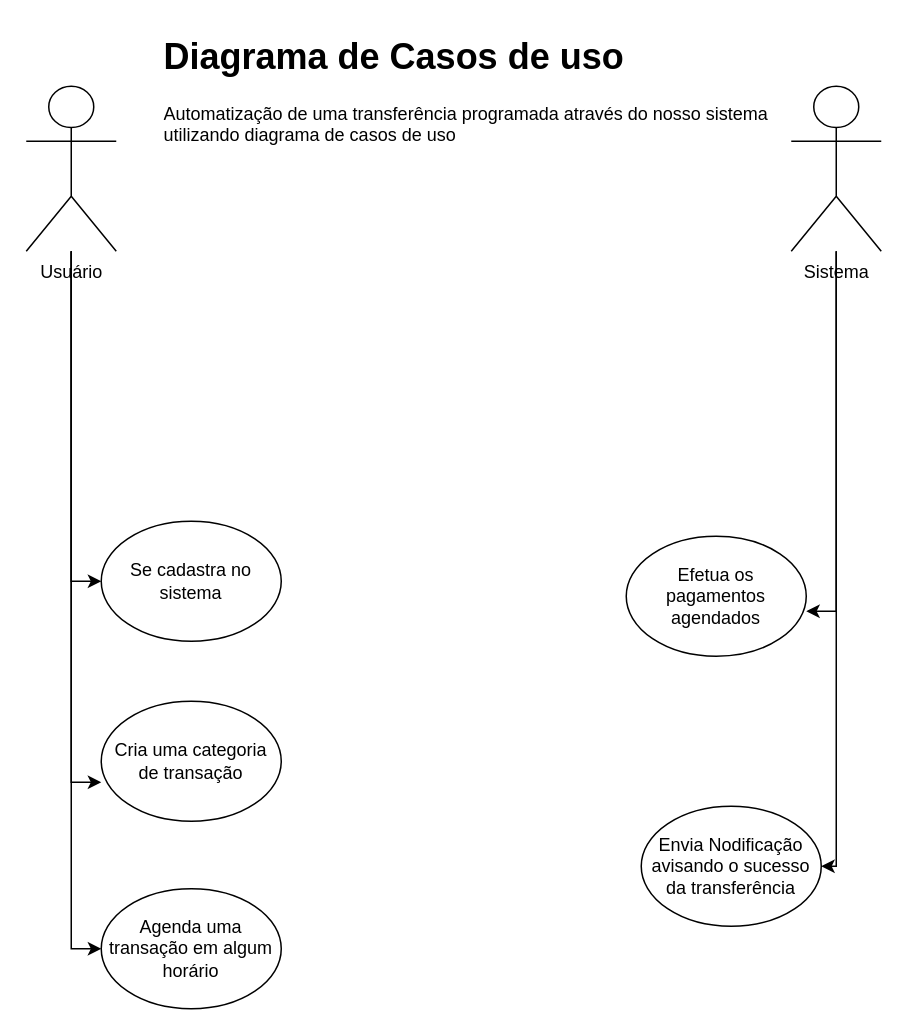
This is page "Diagrama de casos de uso" (1 of 5) of TrabalhoEngenhariaSoftware.drawio from brunanoroes/Trabalho-eng-soft, a draw.io file, before an edit. Source tidied: cells renumbered, new cells numbered last; positions are measured from the earlier drawing's top-left corner, leaving out a move shared by most shapes. Both pictures are drawn from the tidied source at 150%, with x=0, y=0 at pixel (26, 26).
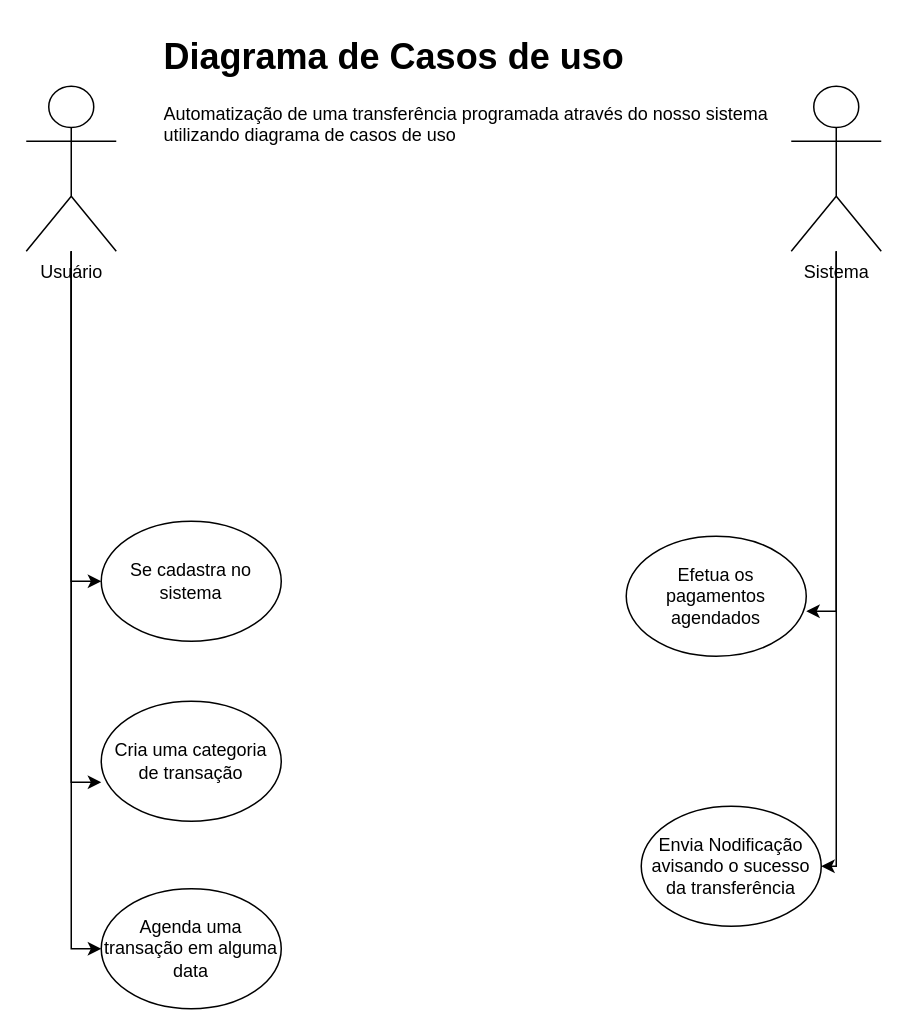
After the change.

What changed in the source:
```diff
@@
 <mxGraphModel>
   <root>
     <mxCell id="0" />
     <mxCell id="1" parent="0" />
     <mxCell id="2" style="edgeStyle=orthogonalEdgeStyle;rounded=0;jettySize=auto;html=1;entryX=0;entryY=0.5;entryDx=0;entryDy=0;" parent="1" edge="1" source="4" target="9">
       <mxGeometry relative="1" as="geometry" />
     </mxCell>
     <mxCell id="3" style="edgeStyle=orthogonalEdgeStyle;rounded=0;jettySize=auto;html=1;entryX=0;entryY=0.5;entryDx=0;entryDy=0;" parent="1" edge="1" source="4" target="7">
       <mxGeometry relative="1" as="geometry" />
     </mxCell>
     <mxCell id="4" value="Usuário" style="shape=umlActor;verticalLabelPosition=bottom;verticalAlign=top;html=1;outlineConnect=0;" parent="1" vertex="1">
       <mxGeometry y="40" width="60" height="110" as="geometry" />
     </mxCell>
     <mxCell id="5" style="edgeStyle=orthogonalEdgeStyle;rounded=0;jettySize=auto;html=1;" parent="1" edge="1" source="6" target="12">
       <mxGeometry relative="1" as="geometry">
         <Array as="points">
           <mxPoint x="540" y="560" />
         </Array>
       </mxGeometry>
     </mxCell>
     <mxCell id="6" value="Sistema" style="shape=umlActor;verticalLabelPosition=bottom;verticalAlign=top;html=1;outlineConnect=0;" parent="1" vertex="1">
       <mxGeometry x="510" y="40" width="60" height="110" as="geometry" />
     </mxCell>
     <mxCell id="7" value="Se cadastra no sistema" style="ellipse;whiteSpace=wrap;html=1;" parent="1" vertex="1">
       <mxGeometry x="50" y="330" width="120" height="80" as="geometry" />
     </mxCell>
     <mxCell id="8" value="Cria uma categoria de transação" style="ellipse;whiteSpace=wrap;html=1;" parent="1" vertex="1">
       <mxGeometry x="50" y="450" width="120" height="80" as="geometry" />
     </mxCell>
-    <mxCell id="9" value="Agenda uma transação em algum horário" style="ellipse;whiteSpace=wrap;html=1;" parent="1" vertex="1">
+    <mxCell id="9" value="Agenda uma transação em alguma data" style="ellipse;whiteSpace=wrap;html=1;" parent="1" vertex="1">
       <mxGeometry x="50" y="575" width="120" height="80" as="geometry" />
     </mxCell>
     <mxCell id="10" value="Efetua os pagamentos agendados" style="ellipse;whiteSpace=wrap;html=1;" parent="1" vertex="1">
       <mxGeometry x="400" y="340" width="120" height="80" as="geometry" />
     </mxCell>
     <mxCell id="11" style="edgeStyle=orthogonalEdgeStyle;rounded=0;jettySize=auto;html=1;entryX=0;entryY=0.675;entryDx=0;entryDy=0;entryPerimeter=0;" parent="1" edge="1" source="4" target="8">
       <mxGeometry relative="1" as="geometry" />
     </mxCell>
     <mxCell id="12" value="Envia Nodificação avisando o sucesso da transferência" style="ellipse;whiteSpace=wrap;html=1;" parent="1" vertex="1">
       <mxGeometry x="410" y="520" width="120" height="80" as="geometry" />
     </mxCell>
     <mxCell id="13" style="edgeStyle=orthogonalEdgeStyle;rounded=0;jettySize=auto;html=1;entryX=1;entryY=0.625;entryDx=0;entryDy=0;entryPerimeter=0;" parent="1" edge="1" source="6" target="10">
       <mxGeometry relative="1" as="geometry" />
     </mxCell>
     <mxCell id="14" value="&lt;h1 style=&quot;margin-top: 0px;&quot;&gt;Diagrama de Casos de uso&lt;/h1&gt;&lt;p&gt;Automatização de uma transferência programada através do nosso sistema utilizando diagrama de casos de uso&lt;/p&gt;" style="text;html=1;whiteSpace=wrap;overflow=hidden;rounded=0;" parent="1" vertex="1">
       <mxGeometry x="90" width="420" height="120" as="geometry" />
     </mxCell>
   </root>
 </mxGraphModel>
```
